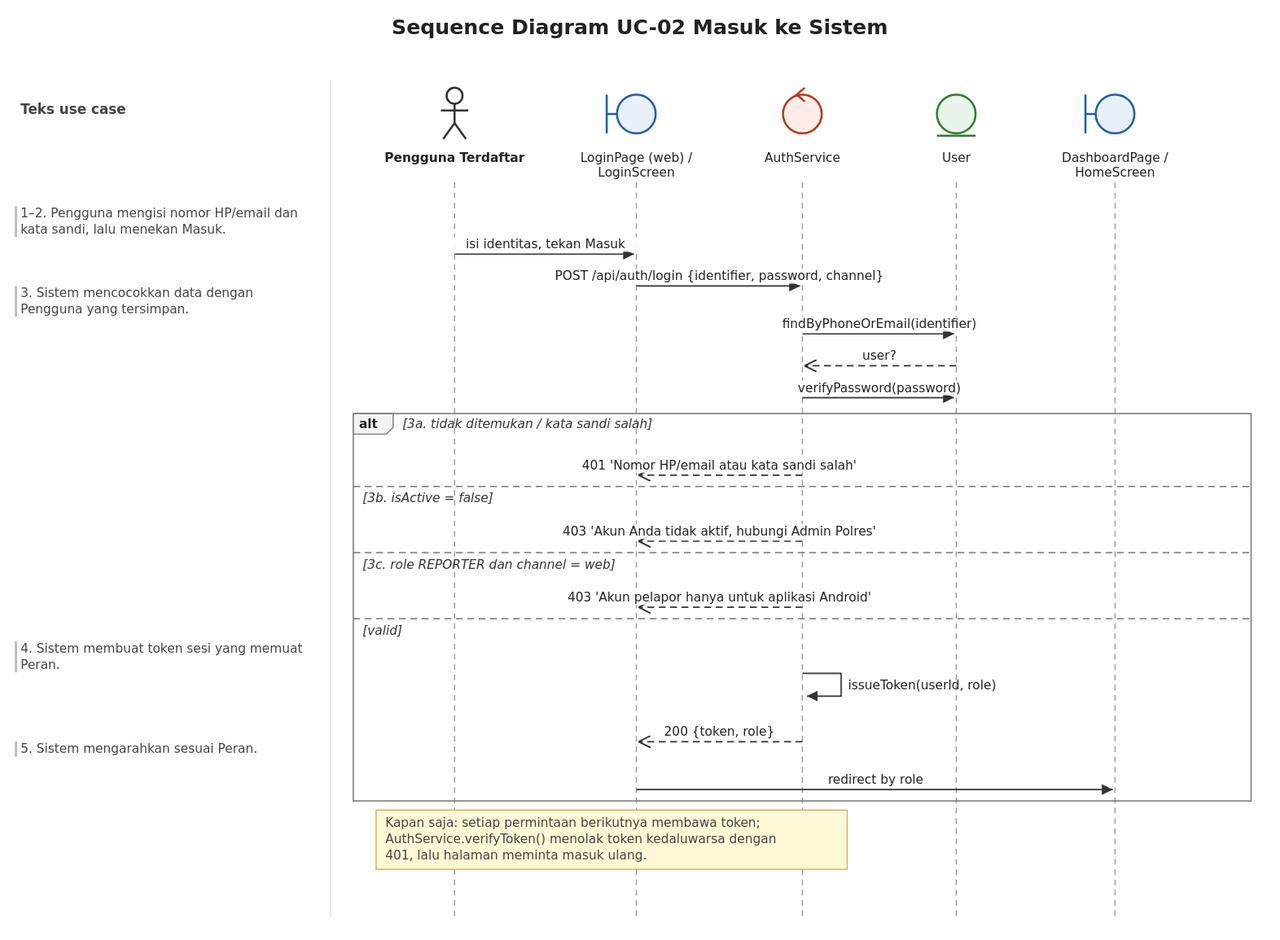
wirapatigilang/laporapi-api-web keeps this PlantUML diagram as specs/002-uc02-sign-in/iconix/uc02-sequence.svg. Above is the earlier version. Its source is kept beside it as specs/002-uc02-sign-in/iconix/uc02-sequence.puml.
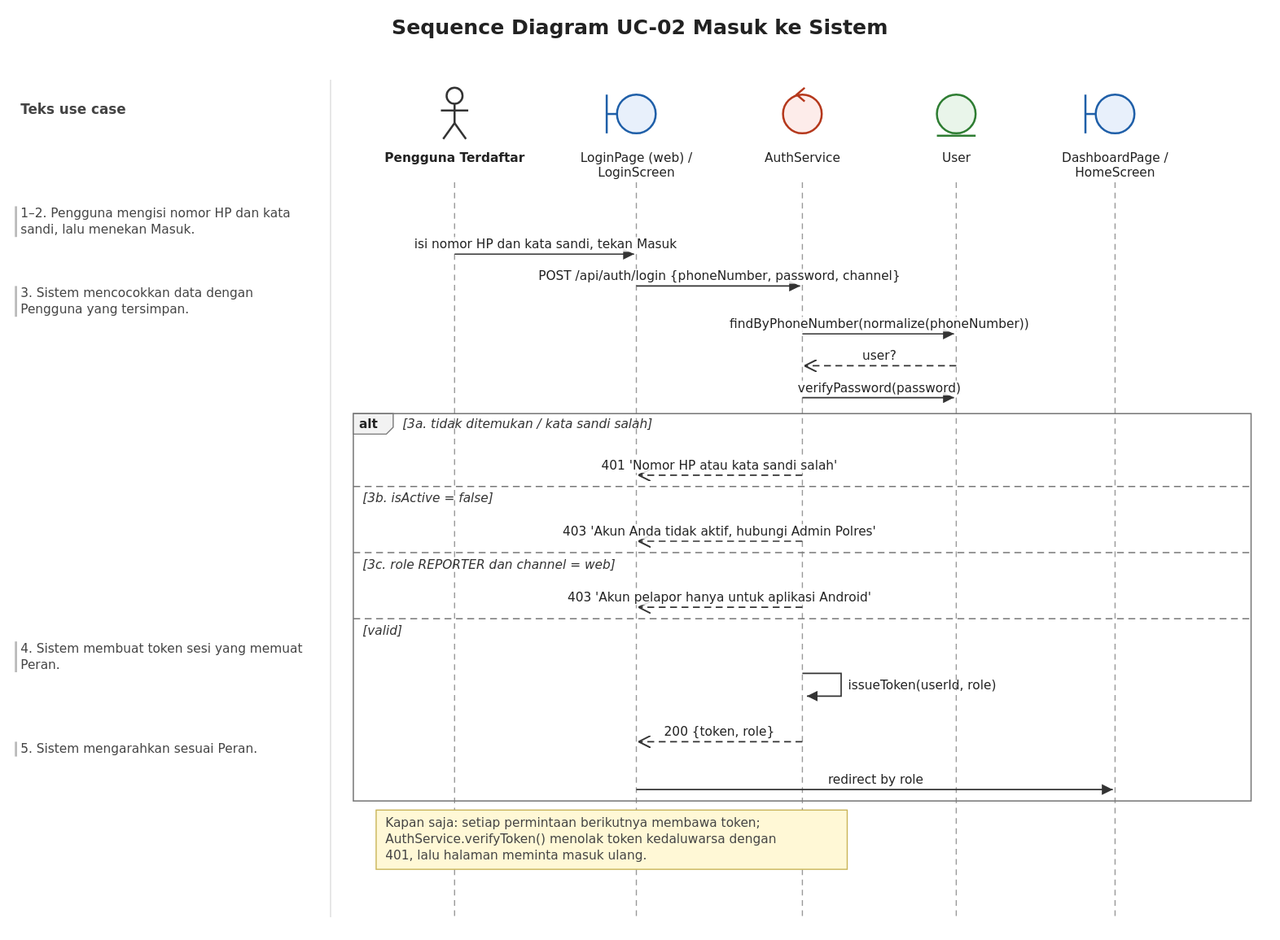
The same diagram one commit later.

Commit message:
Diagram robustness dan sequence UC-01/UC-02 dirender ulang tanpa email

What changed in the source:
```diff
@@ -10,7 +10,7 @@
 usr -> hal : isi nomor HP dan kata sandi, tekan Masuk
 hal -> auth : POST /api/auth/login {phoneNumber, password, channel}
 note over usr : 3. Sistem mencocokkan data dengan Pengguna yang tersimpan.
-auth -> png : findByPhoneNumber(phoneNumber)
+auth -> png : findByPhoneNumber(normalize(phoneNumber))
 png --> auth : user?
 auth -> png : verifyPassword(password)
 alt 3a. tidak ditemukan / kata sandi salah
```
